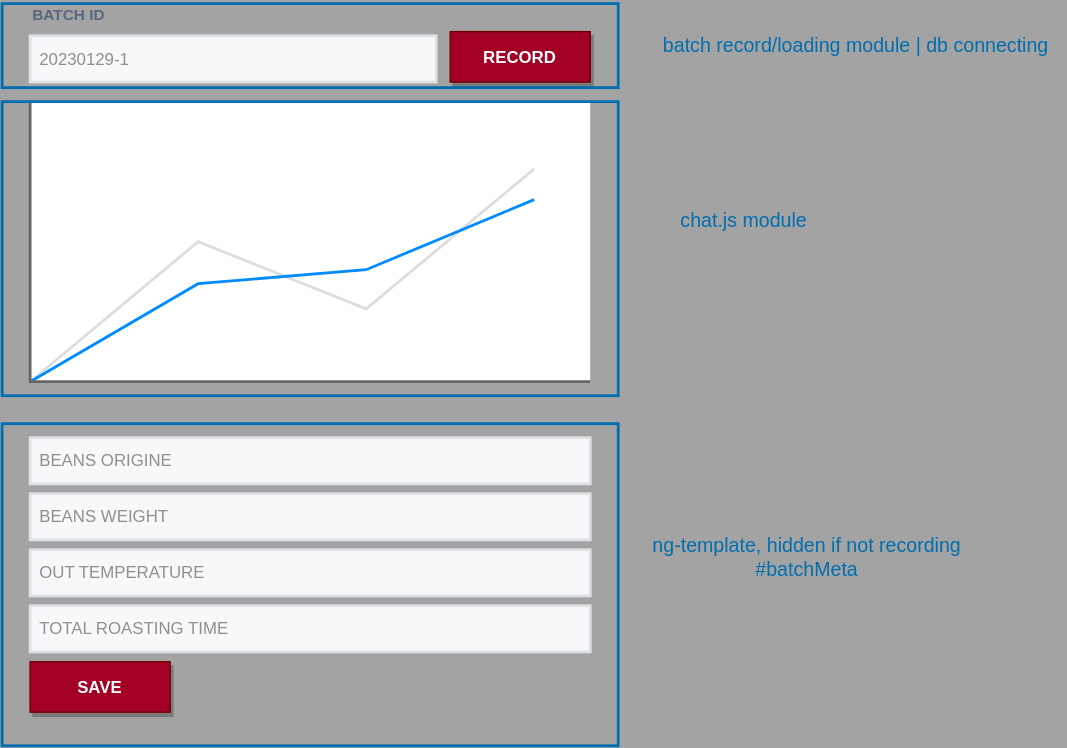
Before: ux/mockup.drawio.svg, a diagram exported from draw.io (SuperJSBros/roaster-monitor-web). Source tidied: cells renumbered, new cells last; positions are measured from the earlier drawing's top-left corner, leaving out a move shared by most shapes.
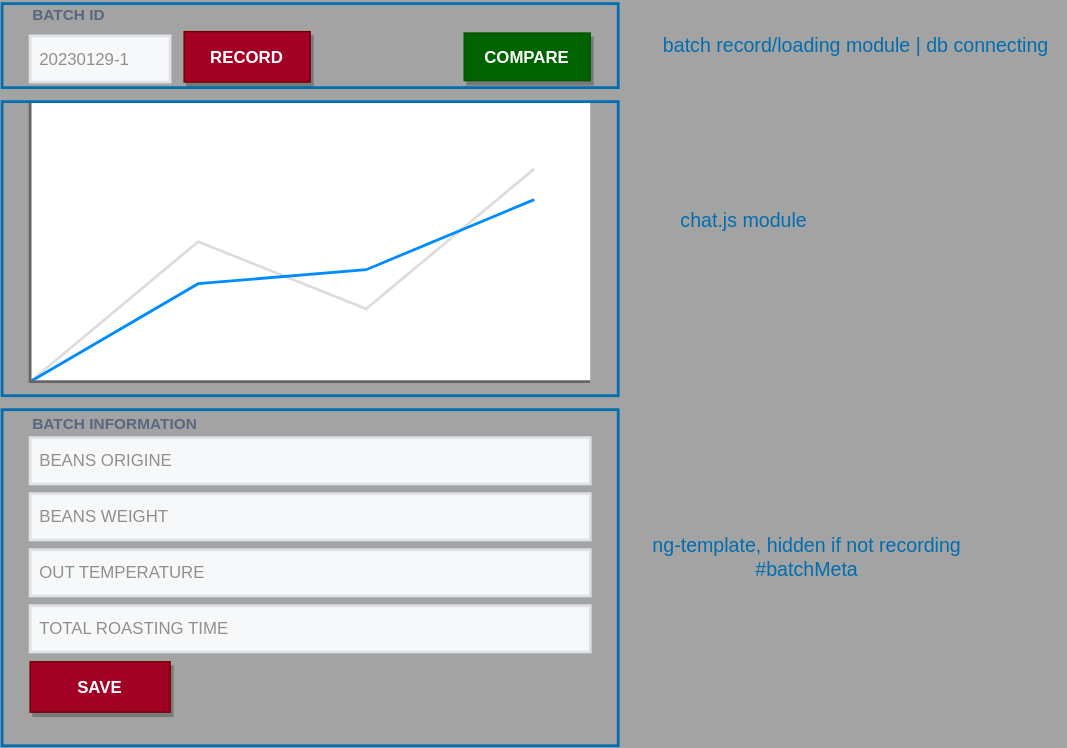
After the commit.

Diff of the diagram source:
```diff
@@ -6,13 +6,13 @@
       <mxGeometry x="20" y="72" width="400" height="200" as="geometry" />
     </mxCell>
     <mxCell id="3" value="RECORD" style="dashed=0;align=center;fontSize=12;shape=rect;fillColor=#a20025;strokeColor=#6F0000;fontStyle=1;shadow=1;fontColor=#ffffff;rounded=0;" parent="1" vertex="1">
-      <mxGeometry x="320" y="22" width="100" height="36" as="geometry" />
+      <mxGeometry x="130" y="22" width="90" height="36" as="geometry" />
     </mxCell>
     <mxCell id="4" value="BATCH ID" style="fillColor=none;strokeColor=none;html=1;fontSize=11;fontStyle=0;align=left;fontColor=#596780;fontStyle=1;fontSize=11;rounded=0;" parent="1" vertex="1">
       <mxGeometry x="20" width="240" height="20" as="geometry" />
     </mxCell>
     <mxCell id="5" value="&lt;font color=&quot;#8f8f8f&quot;&gt;20230129-1&lt;/font&gt;" style="rounded=0;arcSize=9;fillColor=#F7F8F9;align=left;spacingLeft=5;strokeColor=#DEE1E6;html=1;strokeWidth=2;fontSize=12;" parent="1" vertex="1">
-      <mxGeometry x="20" y="25" width="290" height="33" as="geometry" />
+      <mxGeometry x="20" y="25" width="100" height="33" as="geometry" />
     </mxCell>
     <mxCell id="6" value="&lt;font color=&quot;#8f8f8f&quot;&gt;BEANS ORIGINE&lt;/font&gt;" style="rounded=0;arcSize=9;fillColor=#F7F8F9;align=left;spacingLeft=5;strokeColor=#DEE1E6;html=1;strokeWidth=2;fontSize=12;" parent="1" vertex="1">
       <mxGeometry x="20" y="312" width="400" height="33" as="geometry" />
@@ -29,9 +29,15 @@
     <mxCell id="10" value="&lt;font color=&quot;#8f8f8f&quot;&gt;BEANS WEIGHT&lt;/font&gt;" style="rounded=0;arcSize=9;fillColor=#F7F8F9;align=left;spacingLeft=5;strokeColor=#DEE1E6;html=1;strokeWidth=2;fontSize=12;" parent="1" vertex="1">
       <mxGeometry x="20" y="352" width="400" height="33" as="geometry" />
     </mxCell>
+    <mxCell id="18" value="COMPARE" style="dashed=0;align=center;fontSize=12;shape=rect;fillColor=#006300;strokeColor=#005700;fontStyle=1;shadow=1;fontColor=#ffffff;rounded=0;" parent="1" vertex="1">
+      <mxGeometry x="330" y="23" width="90" height="34" as="geometry" />
+    </mxCell>
+    <mxCell id="19" value="BATCH INFORMATION" style="fillColor=none;strokeColor=none;html=1;fontSize=11;fontStyle=0;align=left;fontColor=#596780;fontStyle=1;fontSize=11;rounded=0;" parent="1" vertex="1">
+      <mxGeometry x="20" y="292" width="240" height="20" as="geometry" />
+    </mxCell>
     <mxCell id="11" value="ng components" parent="0" />
     <mxCell id="12" style="rounded=0;whiteSpace=wrap;html=1;fillColor=none;strokeColor=#006EAF;strokeWidth=2;fontColor=#ffffff;" parent="11" vertex="1">
-      <mxGeometry y="302" width="440" height="230" as="geometry" />
+      <mxGeometry y="292" width="440" height="240" as="geometry" />
     </mxCell>
     <mxCell id="13" value="ng-template, hidden if not recording&lt;br&gt;#batchMeta" style="text;html=1;strokeColor=none;fillColor=none;align=center;verticalAlign=middle;whiteSpace=wrap;rounded=0;sketch=0;strokeWidth=2;fontSize=14;fontColor=#006eaf;" parent="11" vertex="1">
       <mxGeometry x="460" y="382" width="230" height="30" as="geometry" />
```
